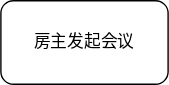
westice007/test0 keeps this draw.io diagram as Untitled Diagram.drawio.svg. Above is the earlier version. Source tidied: cells renumbered, new cells last; positions are measured from the earlier drawing's top-left corner, leaving out a move shared by most shapes.
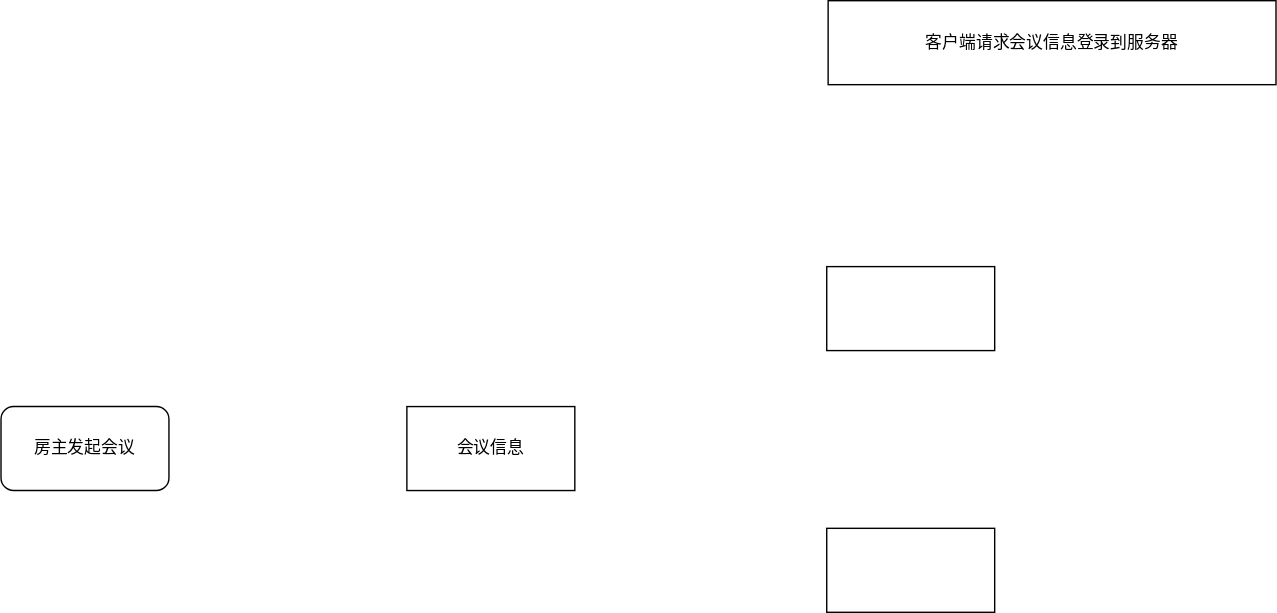
Above is the later version.

Change to the diagram source:
```diff
@@ -5,5 +5,17 @@
     <mxCell id="2" value="房主发起会议" style="rounded=1;whiteSpace=wrap;html=1;" parent="1" vertex="1">
       <mxGeometry width="120" height="60" as="geometry" />
     </mxCell>
+    <mxCell id="3" value="会议信息" style="rounded=0;whiteSpace=wrap;html=1;" parent="1" vertex="1">
+      <mxGeometry x="290" width="120" height="60" as="geometry" />
+    </mxCell>
+    <mxCell id="4" value="客户端请求会议信息登录到服务器" style="rounded=0;whiteSpace=wrap;html=1;" parent="1" vertex="1">
+      <mxGeometry x="591" y="-290" width="320" height="60" as="geometry" />
+    </mxCell>
+    <mxCell id="5" style="rounded=0;whiteSpace=wrap;html=1;" parent="1" vertex="1">
+      <mxGeometry x="590" y="-100" width="120" height="60" as="geometry" />
+    </mxCell>
+    <mxCell id="6" style="rounded=0;whiteSpace=wrap;html=1;" parent="1" vertex="1">
+      <mxGeometry x="590" y="87" width="120" height="60" as="geometry" />
+    </mxCell>
   </root>
 </mxGraphModel>
```
